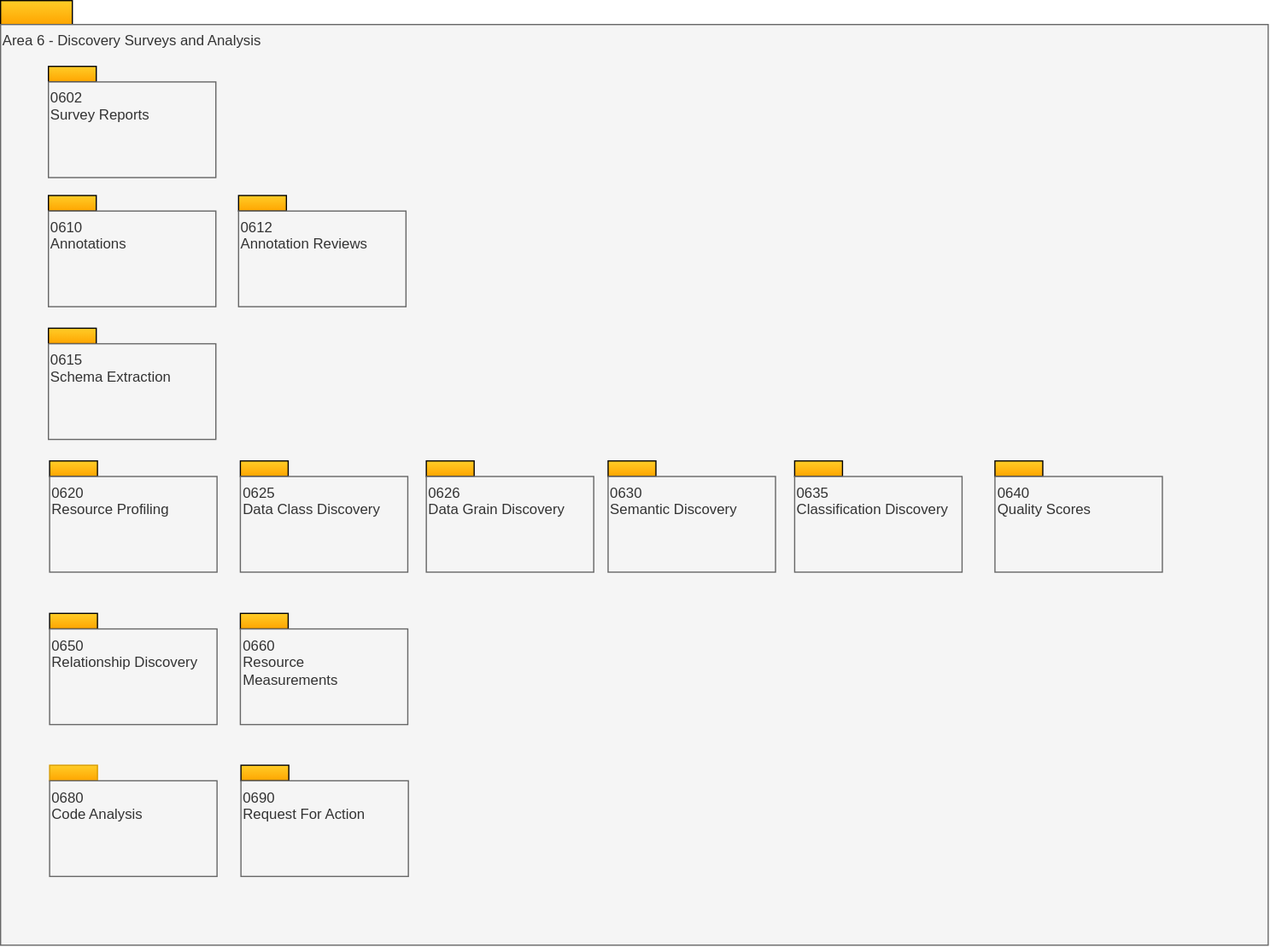
odpi/egeria-docs keeps this draw.io diagram as site/docs/types/6/area-6-discovery-overview.svg. Above is the earlier version. Source tidied: cells renumbered, new cells last; positions are measured from the earlier drawing's top-left corner, leaving out a move shared by most shapes.
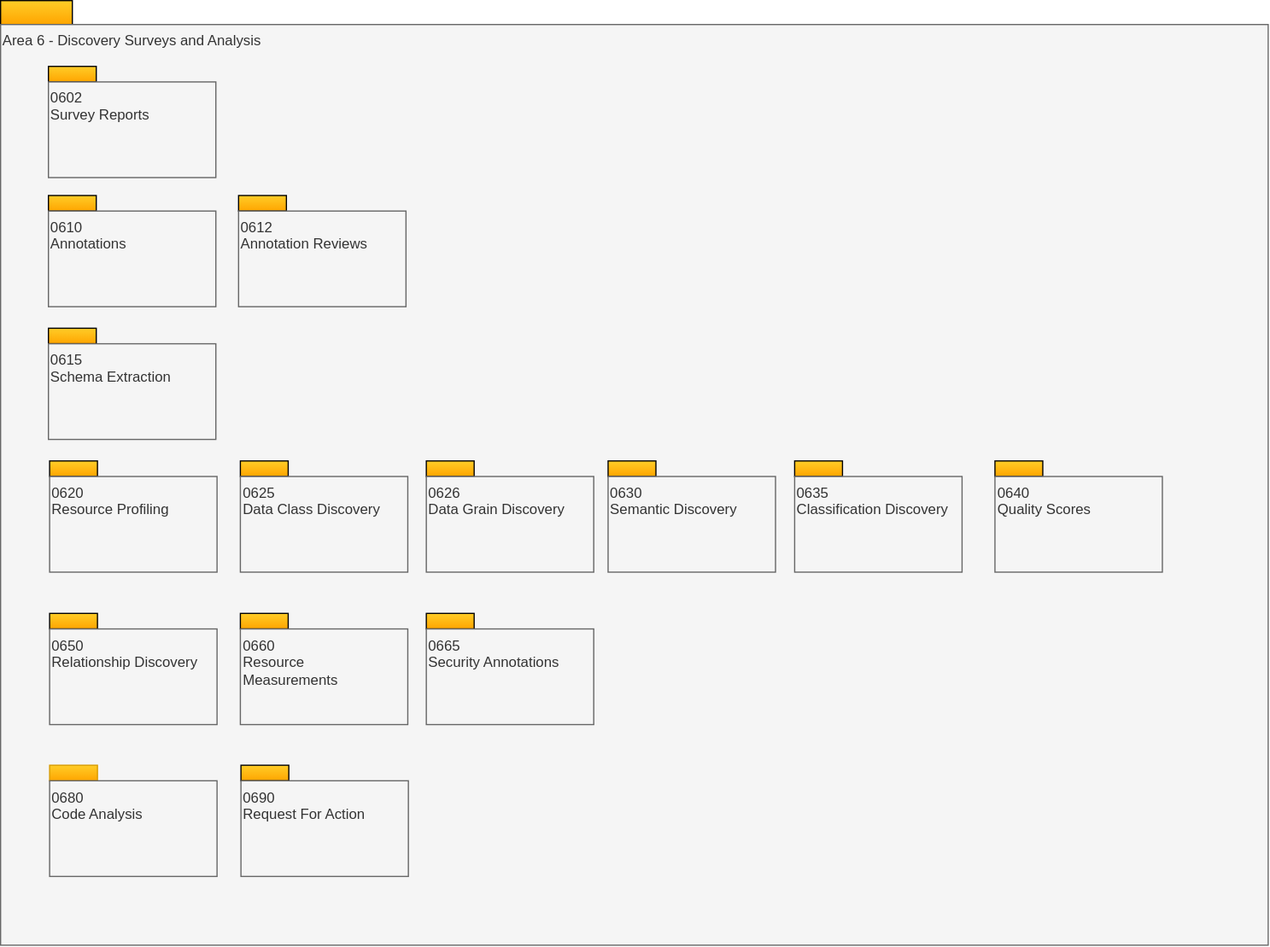
The same file after the commit.

What changed in the source:
```diff
@@ -92,5 +92,11 @@
     <mxCell id="31" value="0680&lt;br&gt;Code Analysis" style="rounded=0;whiteSpace=wrap;html=1;align=left;verticalAlign=top;fillColor=#f5f5f5;fontColor=#333333;strokeColor=#666666;" parent="1" vertex="1">
       <mxGeometry x="41" y="652.5" width="140" height="80" as="geometry" />
     </mxCell>
+    <mxCell id="32" style="rounded=0;whiteSpace=wrap;html=1;align=left;fillColor=#ffcd28;strokeColor=#000000;gradientColor=#ffa500;" parent="1" vertex="1">
+      <mxGeometry x="356" y="512.5" width="40" height="13" as="geometry" />
+    </mxCell>
+    <mxCell id="33" value="0665&lt;br&gt;Security Annotations" style="rounded=0;whiteSpace=wrap;html=1;align=left;verticalAlign=top;fillColor=#f5f5f5;fontColor=#333333;strokeColor=#666666;" parent="1" vertex="1">
+      <mxGeometry x="356" y="525.5" width="140" height="80" as="geometry" />
+    </mxCell>
   </root>
 </mxGraphModel>
```
